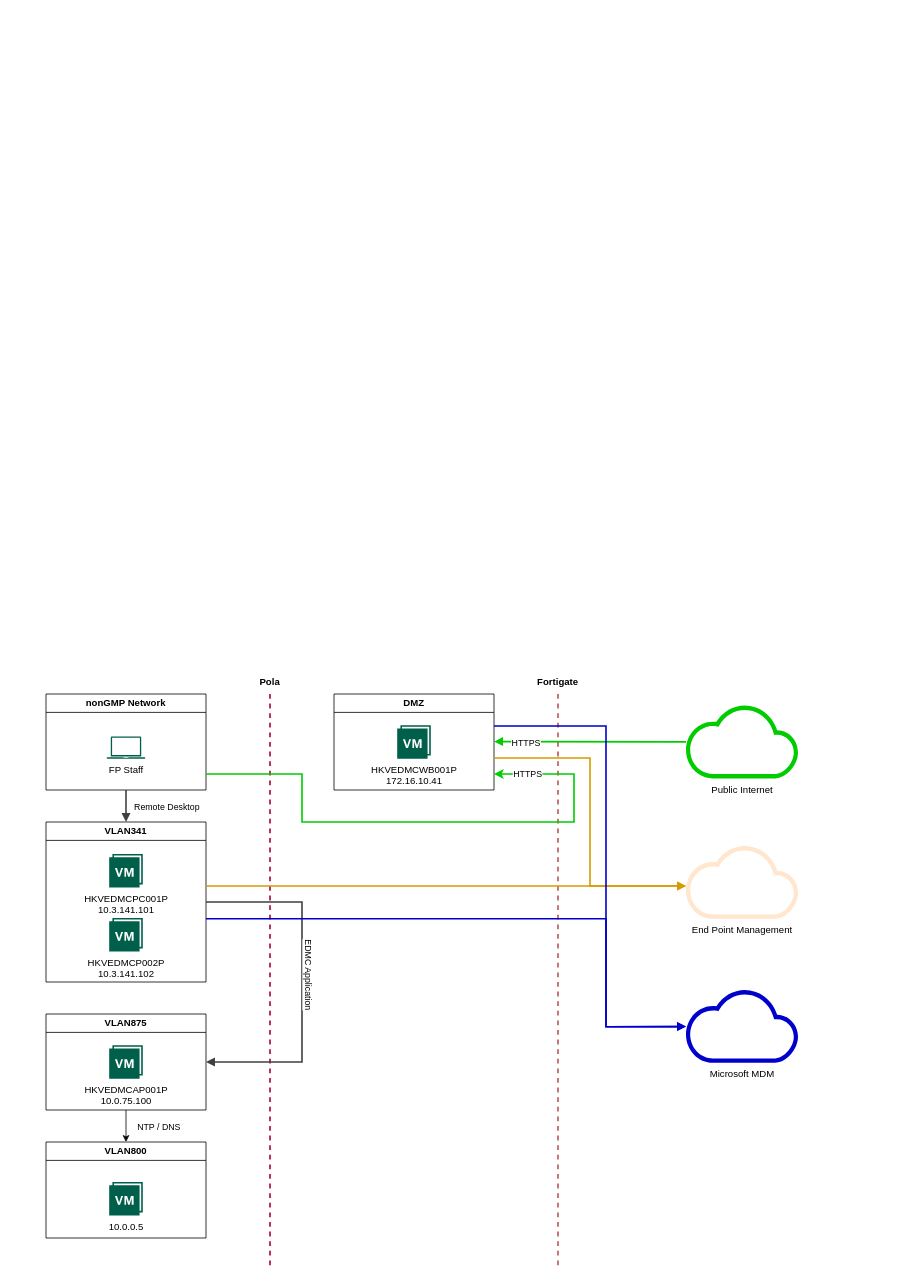
Above: EDMC.drawio in rwo001/FP (draw.io), before the change. Source tidied: cells renumbered, new cells numbered last; positions are measured from the earlier drawing's top-left corner, leaving out a move shared by most shapes. Both pictures are drawn from the tidied source at 80%, with x=0, y=0 at pixel (46, 670).
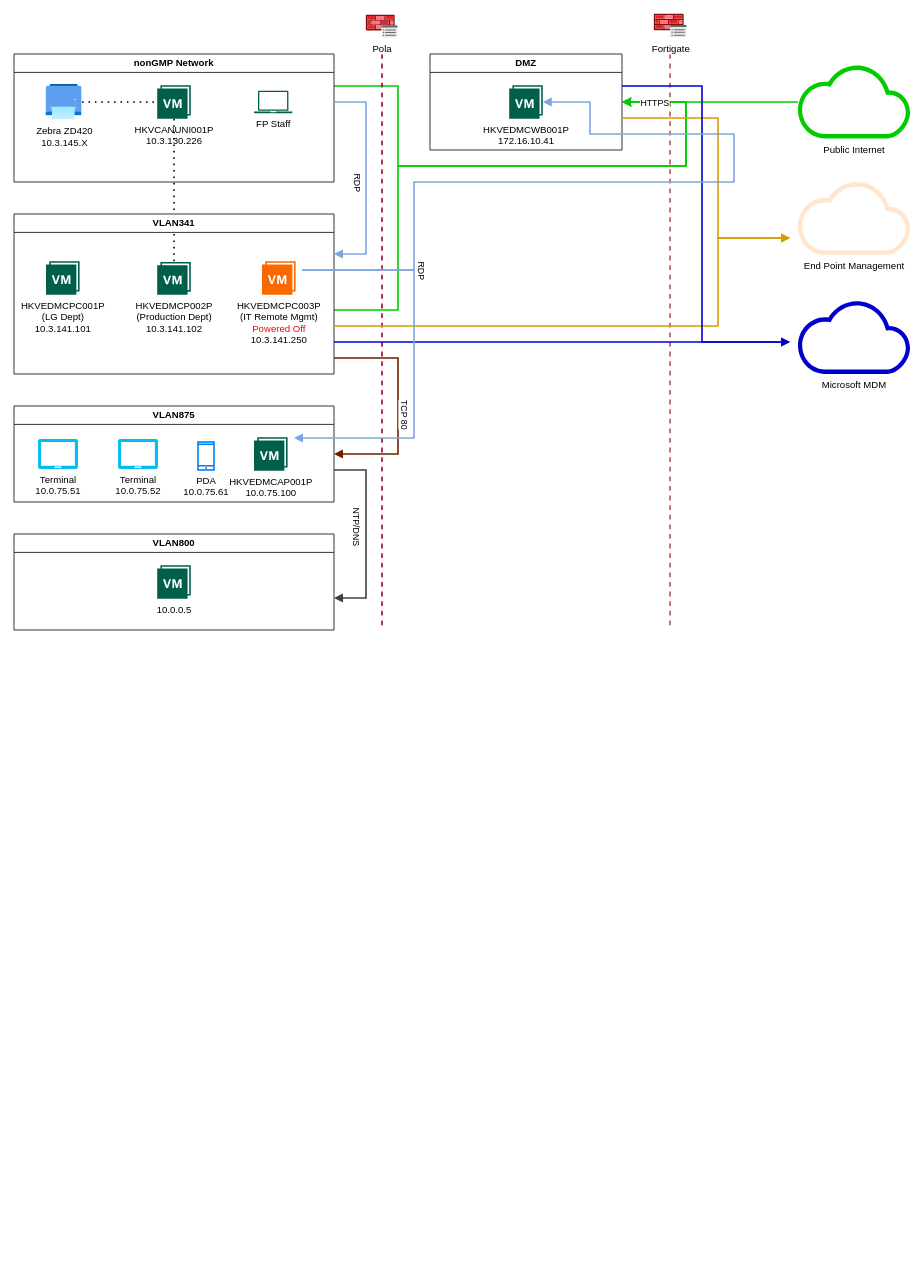
The same page after the edit.

Diff of the diagram source:
```diff
@@
+    <mxCell id="34" style="endArrow=none;dashed=1;html=1;dashPattern=1 3;strokeWidth=2;rounded=0;" parent="1" edge="1" source="40" target="6">
+      <mxGeometry relative="1" as="geometry">
+        <Array as="points">
+          <mxPoint x="160" y="-710" />
+          <mxPoint x="160" y="-590" />
+        </Array>
+      </mxGeometry>
+    </mxCell>
+    <mxCell id="22" style="endArrow=classic;html=1;rounded=0;strokeWidth=2;strokeColor=#00CC00;entryX=1;entryY=0.5;entryDx=0;entryDy=0;" parent="1" edge="1" target="7">
+      <mxGeometry relative="1" as="geometry">
+        <mxPoint x="360" y="-730" as="sourcePoint" />
+        <Array as="points">
+          <mxPoint x="440" y="-730" />
+          <mxPoint x="440" y="-630" />
+          <mxPoint x="800" y="-630" />
+          <mxPoint x="800" y="-710" />
+        </Array>
+      </mxGeometry>
+    </mxCell>
+    <mxCell id="35" style="endArrow=classic;html=1;rounded=0;strokeWidth=2;strokeColor=#00CC00;entryX=1;entryY=0.5;entryDx=0;entryDy=0;" parent="1" edge="1" target="7">
+      <mxGeometry relative="1" as="geometry">
+        <mxPoint x="360" y="-450" as="sourcePoint" />
+        <Array as="points">
+          <mxPoint x="440" y="-450" />
+          <mxPoint x="440" y="-630" />
+          <mxPoint x="800" y="-630" />
+          <mxPoint x="800" y="-710" />
+        </Array>
+      </mxGeometry>
+    </mxCell>
     <mxCell id="2" value="VLAN875" style="swimlane;whiteSpace=wrap;html=1;" parent="1" vertex="1">
-      <mxGeometry y="430" width="200" height="120" as="geometry" />
+      <mxGeometry x="-40" y="-330" width="400" height="120" as="geometry" />
     </mxCell>
     <mxCell id="3" value="HKVEDMCAP001P&lt;div&gt;10.0.75.100&lt;/div&gt;" style="sketch=0;shadow=0;dashed=0;html=1;strokeColor=none;fillColor=#005F4B;labelPosition=center;verticalLabelPosition=bottom;verticalAlign=top;align=center;shape=mxgraph.veeam2.vm_with_a_snapshot;" parent="2" vertex="1">
-      <mxGeometry x="79" y="39" width="42" height="42" as="geometry" />
+      <mxGeometry x="300" y="39" width="42" height="42" as="geometry" />
     </mxCell>
+    <mxCell id="36" value="PDA&lt;br&gt;10.0.75.61" style="html=1;verticalLabelPosition=bottom;align=center;labelBackgroundColor=#ffffff;verticalAlign=top;strokeWidth=2;strokeColor=#0080F0;shadow=0;dashed=0;shape=mxgraph.ios7.icons.smartphone;" parent="2" vertex="1">
+      <mxGeometry x="230" y="45" width="20" height="35" as="geometry" />
+    </mxCell>
+    <mxCell id="37" value="Terminal&lt;br&gt;10.0.75.52" style="verticalLabelPosition=bottom;html=1;verticalAlign=top;align=center;strokeColor=none;fillColor=#00BEF2;shape=mxgraph.azure.tablet;" parent="2" vertex="1">
+      <mxGeometry x="130" y="41.2" width="50" height="37.5" as="geometry" />
+    </mxCell>
+    <mxCell id="38" value="Terminal&lt;br&gt;10.0.75.51" style="verticalLabelPosition=bottom;html=1;verticalAlign=top;align=center;strokeColor=none;fillColor=#00BEF2;shape=mxgraph.azure.tablet;" parent="2" vertex="1">
+      <mxGeometry x="30" y="41.2" width="50" height="37.5" as="geometry" />
+    </mxCell>
     <mxCell id="4" value="VLAN341" style="swimlane;whiteSpace=wrap;html=1;" parent="1" vertex="1">
-      <mxGeometry y="190" width="200" height="200" as="geometry" />
+      <mxGeometry x="-40" y="-570" width="400" height="200" as="geometry" />
     </mxCell>
-    <mxCell id="5" value="HKVEDMCPC001P&lt;div&gt;10.3.141.101&lt;/div&gt;" style="sketch=0;shadow=0;dashed=0;html=1;strokeColor=none;fillColor=#005F4B;labelPosition=center;verticalLabelPosition=bottom;verticalAlign=top;align=center;shape=mxgraph.veeam2.vm_with_a_snapshot;" parent="4" vertex="1">
-      <mxGeometry x="79" y="40" width="42" height="42" as="geometry" />
+    <mxCell id="5" value="HKVEDMCPC001P&lt;div&gt;(LG Dept)&lt;br&gt;&lt;div&gt;10.3.141.101&lt;/div&gt;&lt;/div&gt;" style="sketch=0;shadow=0;dashed=0;html=1;strokeColor=none;fillColor=#005F4B;labelPosition=center;verticalLabelPosition=bottom;verticalAlign=top;align=center;shape=mxgraph.veeam2.vm_with_a_snapshot;" parent="4" vertex="1">
+      <mxGeometry x="40" y="59" width="42" height="42" as="geometry" />
     </mxCell>
-    <mxCell id="6" value="HKVEDMCP002P&lt;div&gt;10.3.141.102&lt;/div&gt;" style="sketch=0;shadow=0;dashed=0;html=1;strokeColor=none;fillColor=#005F4B;labelPosition=center;verticalLabelPosition=bottom;verticalAlign=top;align=center;outlineConnect=0;shape=mxgraph.veeam2.vm_with_a_snapshot;" parent="4" vertex="1">
-      <mxGeometry x="79" y="120" width="42" height="42" as="geometry" />
+    <mxCell id="6" value="HKVEDMCP002P&lt;br&gt;(Production Dept)&lt;br&gt;&lt;div&gt;10.3.141.102&lt;/div&gt;" style="sketch=0;shadow=0;dashed=0;html=1;strokeColor=none;fillColor=#005F4B;labelPosition=center;verticalLabelPosition=bottom;verticalAlign=top;align=center;outlineConnect=0;shape=mxgraph.veeam2.vm_with_a_snapshot;" parent="4" vertex="1">
+      <mxGeometry x="179" y="60" width="42" height="41" as="geometry" />
     </mxCell>
+    <mxCell id="39" value="HKVEDMCPC003P&lt;div&gt;(IT Remote Mgmt)&lt;br&gt;&lt;font style=&quot;color: rgb(255, 0, 0);&quot;&gt;Powered Off&lt;/font&gt;&lt;br&gt;&lt;div&gt;10.3.141.250&lt;/div&gt;&lt;/div&gt;" style="sketch=0;shadow=0;dashed=0;html=1;strokeColor=#C73500;fillColor=#fa6800;labelPosition=center;verticalLabelPosition=bottom;verticalAlign=top;align=center;shape=mxgraph.veeam2.vm_with_a_snapshot;fontColor=#000000;" parent="4" vertex="1">
+      <mxGeometry x="310" y="59" width="42" height="42" as="geometry" />
+    </mxCell>
     <mxCell id="7" value="DMZ" style="swimlane;whiteSpace=wrap;html=1;" parent="1" vertex="1">
-      <mxGeometry x="360" y="30" width="200" height="120" as="geometry" />
+      <mxGeometry x="480" y="-770" width="240" height="120" as="geometry" />
     </mxCell>
     <mxCell id="8" value="HKVEDMCWB001P&lt;div&gt;172.16.10.41&lt;/div&gt;" style="sketch=0;shadow=0;dashed=0;html=1;strokeColor=none;fillColor=#005F4B;labelPosition=center;verticalLabelPosition=bottom;verticalAlign=top;align=center;outlineConnect=0;shape=mxgraph.veeam2.vm_with_a_snapshot;" parent="7" vertex="1">
-      <mxGeometry x="79" y="39" width="42" height="42" as="geometry" />
+      <mxGeometry x="99" y="39" width="42" height="42" as="geometry" />
     </mxCell>
     <mxCell id="9" style="edgeStyle=none;rounded=0;html=1;jettySize=auto;orthogonalLoop=1;strokeColor=#A50040;strokeWidth=2;fontColor=#000000;jumpStyle=none;endArrow=none;endFill=0;startArrow=none;dashed=1;fillColor=#d80073;" parent="1" edge="1">
       <mxGeometry relative="1" as="geometry">
-        <mxPoint x="280" y="30" as="sourcePoint" />
-        <mxPoint x="280" y="750" as="targetPoint" />
+        <mxPoint x="420" y="-770" as="sourcePoint" />
+        <mxPoint x="420" y="-50" as="targetPoint" />
       </mxGeometry>
     </mxCell>
     <mxCell id="10" value="Public Internet" style="sketch=0;shadow=0;dashed=0;html=1;strokeColor=#82b366;fillColor=#00CC00;labelPosition=center;verticalLabelPosition=bottom;verticalAlign=top;align=center;outlineConnect=0;shape=mxgraph.veeam2.cloud;" parent="1" vertex="1">
-      <mxGeometry x="800" y="44.5" width="140" height="91" as="geometry" />
+      <mxGeometry x="940" y="-755.5" width="140" height="91" as="geometry" />
     </mxCell>
     <mxCell id="11" style="edgeStyle=none;rounded=0;html=1;jettySize=auto;orthogonalLoop=1;strokeColor=#b85450;strokeWidth=2;fontColor=#000000;jumpStyle=none;endArrow=none;endFill=0;startArrow=none;dashed=1;fillColor=#f8cecc;" parent="1" edge="1">
       <mxGeometry relative="1" as="geometry">
-        <mxPoint x="640" y="30" as="sourcePoint" />
-        <mxPoint x="640" y="750" as="targetPoint" />
+        <mxPoint x="780" y="-770" as="sourcePoint" />
+        <mxPoint x="780" y="-50" as="targetPoint" />
       </mxGeometry>
     </mxCell>
-    <mxCell id="12" style="edgeStyle=none;rounded=0;html=1;jettySize=auto;strokeColor=#00CC00;strokeWidth=2;fontColor=#000000;jumpStyle=none;endArrow=block;endFill=1;startArrow=none;entryX=1;entryY=0.5;entryDx=0;entryDy=0;" parent="1" edge="1" source="10">
+    <mxCell id="12" style="edgeStyle=none;rounded=0;html=1;jettySize=auto;strokeColor=#00CC00;strokeWidth=2;fontColor=#000000;jumpStyle=none;endArrow=block;endFill=1;startArrow=none;" parent="1" edge="1" source="10">
       <mxGeometry relative="1" as="geometry">
-        <mxPoint x="560" y="89.5" as="targetPoint" />
+        <mxPoint x="720" y="-710" as="targetPoint" />
       </mxGeometry>
     </mxCell>
     <mxCell id="13" value="HTTPS" style="edgeLabel;html=1;align=center;verticalAlign=middle;" parent="12" vertex="1">
       <mxGeometry x="-0.17" y="-1" relative="1" as="geometry">
-        <mxPoint x="-101" y="2" as="offset" />
+        <mxPoint x="-89" y="1" as="offset" />
       </mxGeometry>
     </mxCell>
-    <mxCell id="14" style="edgeStyle=none;rounded=0;html=1;jettySize=auto;strokeColor=#404040;strokeWidth=2;fontColor=#000000;jumpStyle=none;endArrow=block;endFill=1;startArrow=none;exitX=1;exitY=0.5;exitDx=0;exitDy=0;entryX=1;entryY=0.5;entryDx=0;entryDy=0;" parent="1" edge="1" source="4" target="2">
+    <mxCell id="14" style="edgeStyle=none;rounded=0;html=1;jettySize=auto;strokeColor=#6D1F00;strokeWidth=2;fontColor=#000000;jumpStyle=none;endArrow=block;endFill=1;startArrow=none;entryX=1;entryY=0.5;entryDx=0;entryDy=0;fillColor=#a0522d;" parent="1" edge="1" target="2">
       <mxGeometry relative="1" as="geometry">
+        <mxPoint x="360" y="-390" as="sourcePoint" />
         <Array as="points">
-          <mxPoint x="320" y="290" />
-          <mxPoint x="320" y="470" />
-          <mxPoint x="320" y="490" />
+          <mxPoint x="440" y="-390" />
+          <mxPoint x="440" y="-270" />
         </Array>
       </mxGeometry>
     </mxCell>
-    <mxCell id="15" value="EDMC Application" style="edgeLabel;html=1;align=center;verticalAlign=middle;rotation=90;" parent="14" vertex="1">
+    <mxCell id="15" value="TCP 80" style="edgeLabel;html=1;align=center;verticalAlign=middle;rotation=90;" parent="14" vertex="1">
       <mxGeometry x="-0.83" y="1" relative="1" as="geometry">
-        <mxPoint x="92" y="91" as="offset" />
+        <mxPoint x="65" y="71" as="offset" />
       </mxGeometry>
     </mxCell>
     <mxCell id="16" value="nonGMP Network" style="swimlane;whiteSpace=wrap;html=1;" parent="1" vertex="1">
-      <mxGeometry y="30" width="200" height="120" as="geometry" />
+      <mxGeometry x="-40" y="-770" width="400" height="160" as="geometry" />
     </mxCell>
     <mxCell id="17" value="FP Staff" style="sketch=0;shadow=0;dashed=0;html=1;strokeColor=none;fillColor=#005F4B;labelPosition=center;verticalLabelPosition=bottom;verticalAlign=top;align=center;shape=mxgraph.veeam2.laptop;" parent="16" vertex="1">
-      <mxGeometry x="76" y="53" width="48" height="28" as="geometry" />
+      <mxGeometry x="300" y="46" width="48" height="28" as="geometry" />
     </mxCell>
-    <mxCell id="18" style="edgeStyle=none;rounded=0;html=1;jettySize=auto;strokeColor=#404040;strokeWidth=2;fontColor=#000000;jumpStyle=none;endArrow=block;endFill=1;startArrow=none;exitX=0.5;exitY=1;exitDx=0;exitDy=0;entryX=0.5;entryY=0;entryDx=0;entryDy=0;" parent="1" edge="1" source="16" target="4">
-      <mxGeometry relative="1" as="geometry" />
-    </mxCell>
-    <mxCell id="19" value="Remote Desktop" style="edgeLabel;html=1;align=center;verticalAlign=middle;" parent="18" vertex="1">
-      <mxGeometry x="-0.26" y="-2" relative="1" as="geometry">
-        <mxPoint x="52" y="5" as="offset" />
-      </mxGeometry>
-    </mxCell>
-    <mxCell id="20" value="Pola" style="text;html=1;align=center;verticalAlign=middle;whiteSpace=wrap;rounded=0;fontStyle=1;" parent="1" vertex="1">
-      <mxGeometry x="230" width="100" height="30" as="geometry" />
-    </mxCell>
-    <mxCell id="21" value="Fortigate" style="text;html=1;align=center;verticalAlign=middle;whiteSpace=wrap;rounded=0;fontStyle=1;" parent="1" vertex="1">
-      <mxGeometry x="590" width="100" height="30" as="geometry" />
-    </mxCell>
-    <mxCell id="22" style="endArrow=classic;html=1;rounded=0;strokeWidth=2;strokeColor=#00CC00;" parent="1" edge="1">
-      <mxGeometry relative="1" as="geometry">
-        <mxPoint x="200" y="130" as="sourcePoint" />
-        <mxPoint x="560" y="130" as="targetPoint" />
-        <Array as="points">
-          <mxPoint x="320" y="130" />
-          <mxPoint x="320" y="190" />
-          <mxPoint x="660" y="190" />
-          <mxPoint x="660" y="130" />
-        </Array>
-      </mxGeometry>
-    </mxCell>
-    <mxCell id="23" value="HTTPS" style="edgeLabel;html=1;align=center;verticalAlign=middle;" parent="22" vertex="1">
-      <mxGeometry x="0.84" y="-1" relative="1" as="geometry">
-        <mxPoint x="-13" as="offset" />
-      </mxGeometry>
-    </mxCell>
+    <mxCell id="40" value="Zebra ZD420&lt;br&gt;10.3.145.X" style="image;html=1;points=[];align=center;fontSize=12;image=img/lib/azure2/other/Defender_Industrial_Printer.svg;" parent="16" vertex="1">
+      <mxGeometry x="40" y="37.5" width="45" height="45" as="geometry" />
+    </mxCell>
+    <mxCell id="41" value="HKVCANUNI001P&lt;br&gt;10.3.130.226" style="sketch=0;shadow=0;dashed=0;html=1;strokeColor=none;fillColor=#005F4B;labelPosition=center;verticalLabelPosition=bottom;verticalAlign=top;align=center;shape=mxgraph.veeam2.vm_with_a_snapshot;" parent="16" vertex="1">
+      <mxGeometry x="179" y="39" width="42" height="42" as="geometry" />
+    </mxCell>
     <mxCell id="24" value="End Point Management" style="sketch=0;shadow=0;dashed=0;html=1;strokeColor=#d79b00;fillColor=#ffe6cc;labelPosition=center;verticalLabelPosition=bottom;verticalAlign=top;align=center;shape=mxgraph.veeam2.cloud;" parent="1" vertex="1">
-      <mxGeometry x="800" y="220" width="140" height="91" as="geometry" />
+      <mxGeometry x="940" y="-610" width="140" height="91" as="geometry" />
     </mxCell>
     <mxCell id="25" value="Microsoft MDM" style="sketch=0;shadow=0;dashed=0;html=1;strokeColor=#b85450;fillColor=#0000CC;labelPosition=center;verticalLabelPosition=bottom;verticalAlign=top;align=center;outlineConnect=0;shape=mxgraph.veeam2.cloud;" parent="1" vertex="1">
-      <mxGeometry x="800" y="400" width="140" height="91" as="geometry" />
+      <mxGeometry x="940" y="-461" width="140" height="91" as="geometry" />
     </mxCell>
     <mxCell id="26" style="edgeStyle=none;rounded=0;html=1;jettySize=auto;orthogonalLoop=1;strokeColor=#d79b00;strokeWidth=2;fontColor=#000000;jumpStyle=none;endArrow=block;endFill=1;startArrow=none;fillColor=#ffe6cc;" parent="1" edge="1">
       <mxGeometry relative="1" as="geometry">
-        <mxPoint x="200" y="270" as="sourcePoint" />
-        <mxPoint x="800" y="270" as="targetPoint" />
+        <mxPoint x="360" y="-430" as="sourcePoint" />
+        <mxPoint x="930" y="-540" as="targetPoint" />
+        <Array as="points">
+          <mxPoint x="840" y="-430" />
+          <mxPoint x="840" y="-540" />
+        </Array>
       </mxGeometry>
     </mxCell>
     <mxCell id="27" style="edgeStyle=none;rounded=0;html=1;jettySize=auto;orthogonalLoop=1;strokeColor=#d79b00;strokeWidth=2;fontColor=#000000;jumpStyle=none;endArrow=block;endFill=1;startArrow=none;fillColor=#ffe6cc;" parent="1" edge="1">
       <mxGeometry relative="1" as="geometry">
-        <mxPoint x="560" y="110" as="sourcePoint" />
-        <mxPoint x="800" y="270" as="targetPoint" />
+        <mxPoint x="720" y="-690" as="sourcePoint" />
+        <mxPoint x="930" y="-540" as="targetPoint" />
         <Array as="points">
-          <mxPoint x="680" y="110" />
-          <mxPoint x="680" y="270" />
+          <mxPoint x="840" y="-690" />
+          <mxPoint x="840" y="-540" />
         </Array>
       </mxGeometry>
     </mxCell>
-    <mxCell id="28" style="edgeStyle=none;rounded=0;html=1;jettySize=auto;strokeColor=#0000CC;strokeWidth=2;fontColor=#000000;jumpStyle=none;endArrow=block;endFill=1;startArrow=none;fillColor=#f8cecc;" parent="1" edge="1" target="25">
+    <mxCell id="28" style="edgeStyle=none;rounded=0;html=1;jettySize=auto;orthogonalLoop=1;strokeColor=#0000CC;strokeWidth=2;fontColor=#000000;jumpStyle=none;endArrow=block;endFill=1;startArrow=none;fillColor=#f8cecc;" parent="1" edge="1">
       <mxGeometry relative="1" as="geometry">
-        <mxPoint x="200" y="311" as="sourcePoint" />
+        <mxPoint x="360" y="-410" as="sourcePoint" />
+        <mxPoint x="930" y="-410" as="targetPoint" />
         <Array as="points">
-          <mxPoint x="700" y="311" />
-          <mxPoint x="700" y="446" />
+          <mxPoint x="820" y="-410" />
         </Array>
       </mxGeometry>
     </mxCell>
-    <mxCell id="29" style="edgeStyle=none;rounded=0;html=1;jettySize=auto;strokeColor=#0000CC;strokeWidth=2;fontColor=#000000;jumpStyle=none;endArrow=block;endFill=1;startArrow=none;fillColor=#f8cecc;exitX=1;exitY=0.5;exitDx=0;exitDy=0;" parent="1" edge="1" target="25">
+    <mxCell id="29" style="edgeStyle=none;rounded=0;html=1;jettySize=auto;orthogonalLoop=1;strokeColor=#0000CC;strokeWidth=2;fontColor=#000000;jumpStyle=none;endArrow=block;endFill=1;startArrow=none;fillColor=#f8cecc;" parent="1" edge="1">
       <mxGeometry relative="1" as="geometry">
-        <mxPoint x="560" y="70" as="sourcePoint" />
+        <mxPoint x="720" y="-730" as="sourcePoint" />
+        <mxPoint x="930" y="-410" as="targetPoint" />
         <Array as="points">
-          <mxPoint x="700" y="70" />
-          <mxPoint x="700" y="446" />
+          <mxPoint x="820" y="-730" />
+          <mxPoint x="820" y="-410" />
         </Array>
       </mxGeometry>
     </mxCell>
     <mxCell id="30" value="VLAN800" style="swimlane;whiteSpace=wrap;html=1;" parent="1" vertex="1">
-      <mxGeometry y="590" width="200" height="120" as="geometry" />
+      <mxGeometry x="-40" y="-170" width="400" height="120" as="geometry" />
     </mxCell>
     <mxCell id="31" value="10.0.0.5" style="sketch=0;shadow=0;dashed=0;html=1;strokeColor=none;fillColor=#005F4B;labelPosition=center;verticalLabelPosition=bottom;verticalAlign=top;align=center;shape=mxgraph.veeam2.vm_with_a_snapshot;" parent="30" vertex="1">
-      <mxGeometry x="79" y="50" width="42" height="42" as="geometry" />
+      <mxGeometry x="179" y="39" width="42" height="42" as="geometry" />
     </mxCell>
-    <mxCell id="32" style="endArrow=classic;html=1;rounded=0;exitX=0.5;exitY=1;exitDx=0;exitDy=0;entryX=0.5;entryY=0;entryDx=0;entryDy=0;" parent="1" edge="1" source="2" target="30">
-      <mxGeometry relative="1" as="geometry" />
-    </mxCell>
-    <mxCell id="33" value="NTP / DNS" style="edgeLabel;html=1;align=center;verticalAlign=middle;" parent="32" vertex="1">
-      <mxGeometry x="-0.25" y="-2" relative="1" as="geometry">
-        <mxPoint x="42" y="5" as="offset" />
-      </mxGeometry>
-    </mxCell>
+    <mxCell id="18" style="edgeStyle=none;rounded=0;html=1;jettySize=auto;strokeColor=#7EA6E0;strokeWidth=2;fontColor=#000000;jumpStyle=none;endArrow=block;endFill=1;startArrow=none;entryX=1;entryY=0.25;entryDx=0;entryDy=0;fillColor=#76608a;" parent="1" edge="1" target="4">
+      <mxGeometry relative="1" as="geometry">
+        <mxPoint x="360" y="-710" as="sourcePoint" />
+        <Array as="points">
+          <mxPoint x="400" y="-710" />
+          <mxPoint x="400" y="-520" />
+        </Array>
+      </mxGeometry>
+    </mxCell>
+    <mxCell id="19" value="RDP" style="edgeLabel;html=1;align=center;verticalAlign=middle;rotation=90;" parent="18" vertex="1">
+      <mxGeometry x="-0.26" y="-2" relative="1" as="geometry">
+        <mxPoint x="-8" y="40" as="offset" />
+      </mxGeometry>
+    </mxCell>
+    <mxCell id="42" style="edgeStyle=none;rounded=0;html=1;jettySize=auto;orthogonalLoop=1;strokeColor=#404040;strokeWidth=2;fontColor=#000000;jumpStyle=none;endArrow=block;endFill=1;startArrow=none;" parent="1" edge="1">
+      <mxGeometry relative="1" as="geometry">
+        <mxPoint x="360" y="-250" as="sourcePoint" />
+        <mxPoint x="360" y="-90" as="targetPoint" />
+        <Array as="points">
+          <mxPoint x="400" y="-250" />
+          <mxPoint x="400" y="-90" />
+        </Array>
+      </mxGeometry>
+    </mxCell>
+    <mxCell id="43" value="NTP/DNS" style="edgeLabel;html=1;align=center;verticalAlign=middle;rotation=90;" parent="42" vertex="1">
+      <mxGeometry x="-0.83" y="1" relative="1" as="geometry">
+        <mxPoint x="9" y="71" as="offset" />
+      </mxGeometry>
+    </mxCell>
+    <mxCell id="20" value="Pola" style="image;html=1;align=center;fontSize=12;image=img/lib/azure2/networking/Azure_Firewall_Policy.svg;" parent="1" vertex="1">
+      <mxGeometry x="400" y="-819" width="40" height="29" as="geometry" />
+    </mxCell>
+    <mxCell id="21" value="Fortigate" style="image;html=1;align=center;fontSize=12;image=img/lib/azure2/networking/Azure_Firewall_Policy.svg;" parent="1" vertex="1">
+      <mxGeometry x="760" y="-820" width="41.4" height="30" as="geometry" />
+    </mxCell>
+    <mxCell id="44" style="edgeStyle=none;rounded=0;html=1;jettySize=auto;strokeColor=#7EA6E0;strokeWidth=2;fontColor=#000000;jumpStyle=none;endArrow=block;endFill=1;startArrow=none;fillColor=#76608a;" parent="1" edge="1" target="8">
+      <mxGeometry relative="1" as="geometry">
+        <mxPoint x="320" y="-500" as="sourcePoint" />
+        <Array as="points">
+          <mxPoint x="460" y="-500" />
+          <mxPoint x="460" y="-610" />
+          <mxPoint x="860" y="-610" />
+          <mxPoint x="860" y="-670" />
+          <mxPoint x="680" y="-670" />
+          <mxPoint x="680" y="-710" />
+        </Array>
+      </mxGeometry>
+    </mxCell>
+    <mxCell id="45" style="edgeStyle=none;rounded=0;html=1;jettySize=auto;orthogonalLoop=1;strokeColor=#7EA6E0;strokeWidth=2;fontColor=#000000;jumpStyle=none;endArrow=block;endFill=1;startArrow=none;fillColor=#76608a;" parent="1" edge="1">
+      <mxGeometry relative="1" as="geometry">
+        <mxPoint x="320" y="-500" as="sourcePoint" />
+        <mxPoint x="310" y="-290" as="targetPoint" />
+        <Array as="points">
+          <mxPoint x="460" y="-500" />
+          <mxPoint x="460" y="-290" />
+        </Array>
+      </mxGeometry>
+    </mxCell>
+    <mxCell id="46" value="RDP" style="edgeLabel;html=1;align=center;verticalAlign=middle;rotation=90;" parent="45" vertex="1">
+      <mxGeometry x="-0.34" relative="1" as="geometry">
+        <mxPoint x="10" y="-25" as="offset" />
+      </mxGeometry>
+    </mxCell>
```
